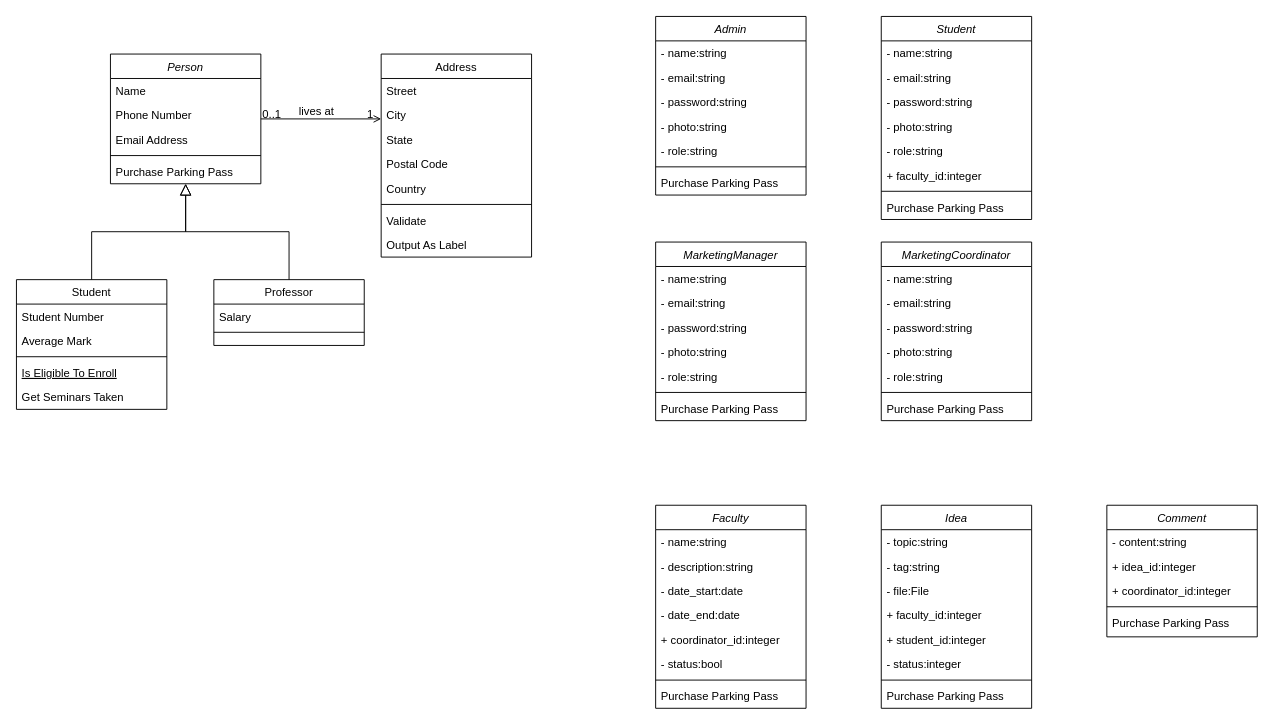
Above: page "Page-1" (1 of 5) of Database System Design diagram/Class Diagram.drawio in HungBuii/creative_ideas_project_1 (draw.io), before the change. Source tidied: cells renumbered, new cells numbered last; positions are measured from the earlier drawing's top-left corner, leaving out a move shared by most shapes. Both pictures are drawn from the tidied source at 94%, with x=0, y=0 at pixel (16, 16).
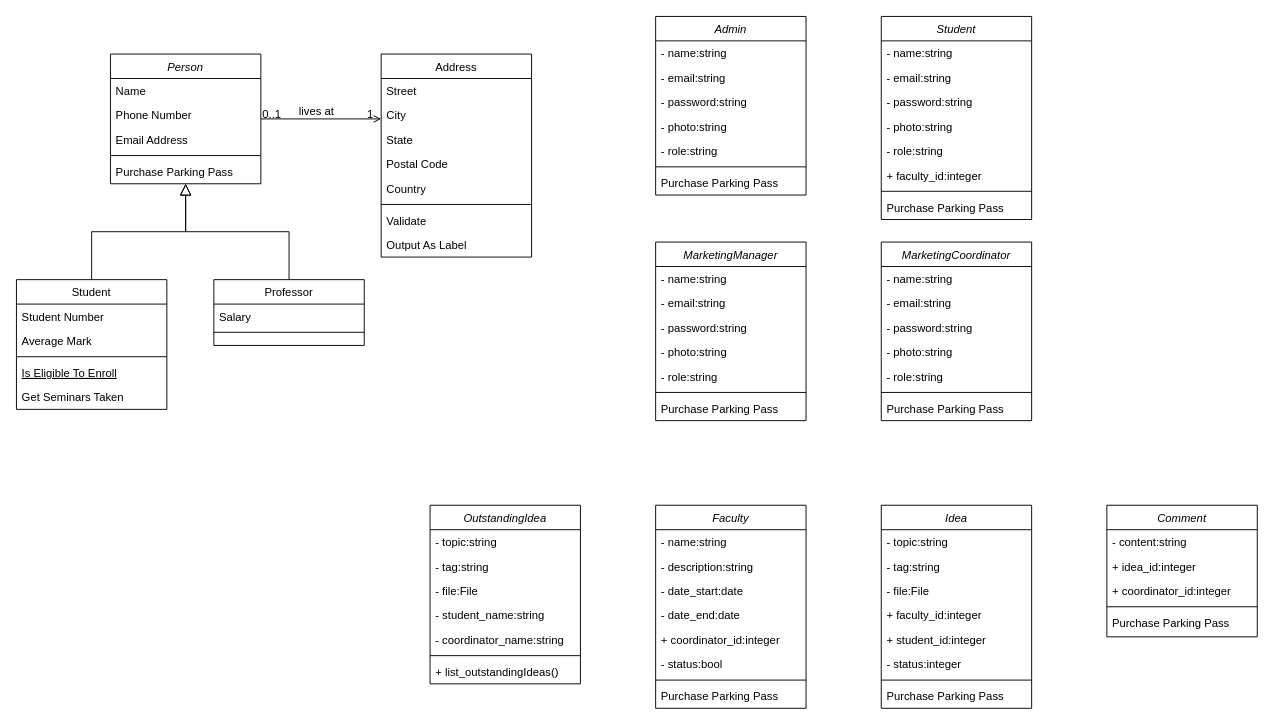
The same page after the edit.

Diff of the diagram source:
```diff
@@
+    <mxCell id="89" value="OutstandingIdea" style="swimlane;fontStyle=2;align=center;verticalAlign=top;horizontal=1;startSize=26;rounded=0;shadow=0;strokeWidth=1;" parent="1" vertex="1">
+      <mxGeometry x="440" y="520" width="160" height="190" as="geometry" />
+    </mxCell>
+    <mxCell id="90" value="- topic:string" style="text;align=left;verticalAlign=top;spacingLeft=4;spacingRight=4;overflow=hidden;" parent="89" vertex="1">
+      <mxGeometry y="26" width="160" height="26" as="geometry" />
+    </mxCell>
+    <mxCell id="91" value="- tag:string" style="text;align=left;verticalAlign=top;spacingLeft=4;spacingRight=4;overflow=hidden;rounded=0;shadow=0;html=0;" parent="89" vertex="1">
+      <mxGeometry y="52" width="160" height="26" as="geometry" />
+    </mxCell>
+    <mxCell id="92" value="- file:File" style="text;align=left;verticalAlign=top;spacingLeft=4;spacingRight=4;overflow=hidden;rounded=0;shadow=0;html=0;" parent="89" vertex="1">
+      <mxGeometry y="78" width="160" height="26" as="geometry" />
+    </mxCell>
+    <mxCell id="93" value="- student_name:string" style="text;align=left;verticalAlign=top;spacingLeft=4;spacingRight=4;overflow=hidden;rounded=0;shadow=0;html=0;" parent="89" vertex="1">
+      <mxGeometry y="104" width="160" height="26" as="geometry" />
+    </mxCell>
+    <mxCell id="94" value="- coordinator_name:string" style="text;align=left;verticalAlign=top;spacingLeft=4;spacingRight=4;overflow=hidden;rounded=0;shadow=0;html=0;" parent="89" vertex="1">
+      <mxGeometry y="130" width="160" height="26" as="geometry" />
+    </mxCell>
+    <mxCell id="95" style="line;html=1;strokeWidth=1;align=left;verticalAlign=middle;spacingTop=-1;spacingLeft=3;spacingRight=3;labelPosition=right;" parent="89" vertex="1">
+      <mxGeometry y="156" width="160" height="8" as="geometry" />
+    </mxCell>
+    <mxCell id="96" value="+ list_outstandingIdeas()" style="text;align=left;verticalAlign=top;spacingLeft=4;spacingRight=4;overflow=hidden;" parent="89" vertex="1">
+      <mxGeometry y="164" width="160" height="26" as="geometry" />
+    </mxCell>
```
